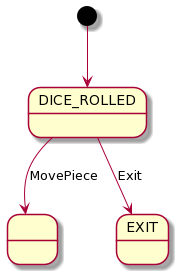
Earlier version of the PlantUML export rup/usecase/menu.png (USantaTecla-game-backgammon/backgammon).
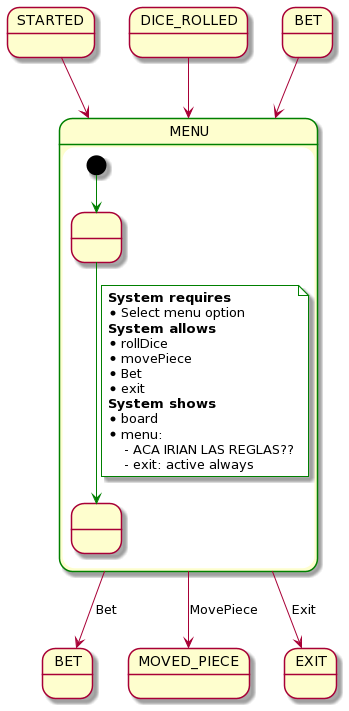
Above is the later version.

What changed in the source:
```diff
@@ -1,10 +1,39 @@
 @startuml
+state STARTED
 state DICE_ROLLED
-state " " as MOVED_PIECE
+state BET
+state BET2 as "BET"
+state MOVED_PIECE
+
+state MENU ##green {
+    state " " as 1
+    state " " as 2
+
+    [*] -[#green]-> 1
+    1 -[#green]-> 2
+    note on link #white
+        <b>System requires</b>
+        * Select menu option
+        <b>System allows</b>
+        * rollDice
+        * movePiece
+        * Bet
+        * exit
+        <b>System shows</b>
+        * board
+        * menu:
+            - ACA IRIAN LAS REGLAS??
+            - exit: active always
+    end note
+
+}
 
 
-[*] --> DICE_ROLLED
+STARTED --> MENU
+DICE_ROLLED --> MENU
+BET --> MENU
 
-DICE_ROLLED --> MOVED_PIECE : MovePiece
-DICE_ROLLED --> EXIT : Exit
+MENU --> BET2 : Bet
+MENU --> MOVED_PIECE : MovePiece
+MENU --> EXIT : Exit
 @enduml
```
